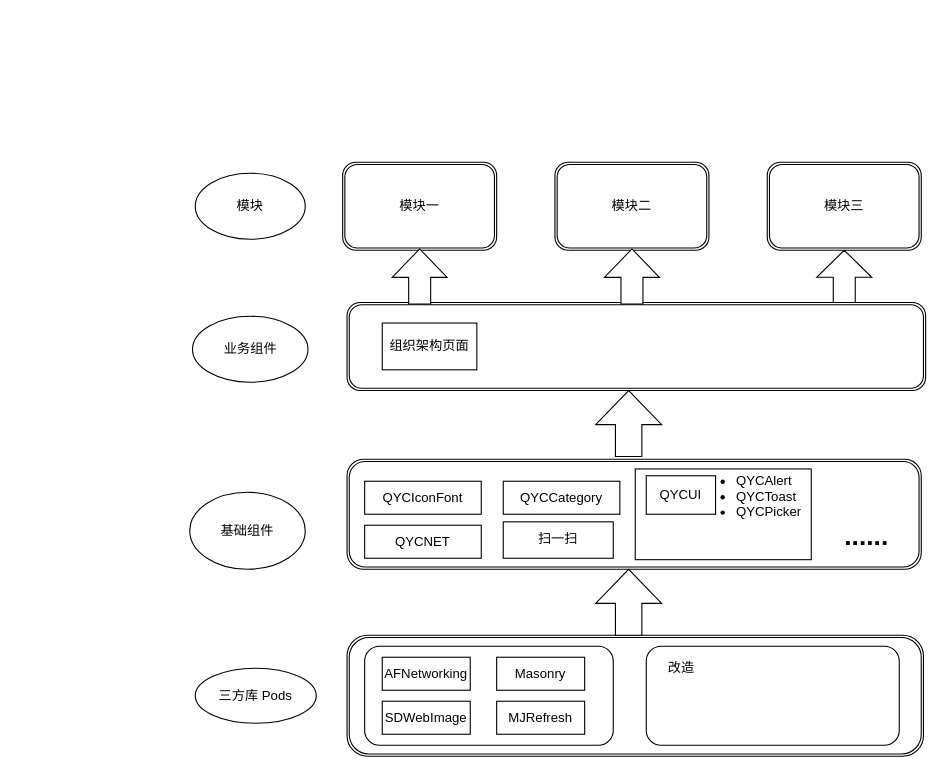
The draw.io diagram Untitled Diagram.drawio in EVAyo/XiOS, before the edit. Source tidied: cells renumbered, new cells numbered last; positions are measured from the earlier drawing's top-left corner, leaving out a move shared by most shapes. Both pictures are drawn from the tidied source at 110%, with x=0, y=0 at pixel (189, 162).
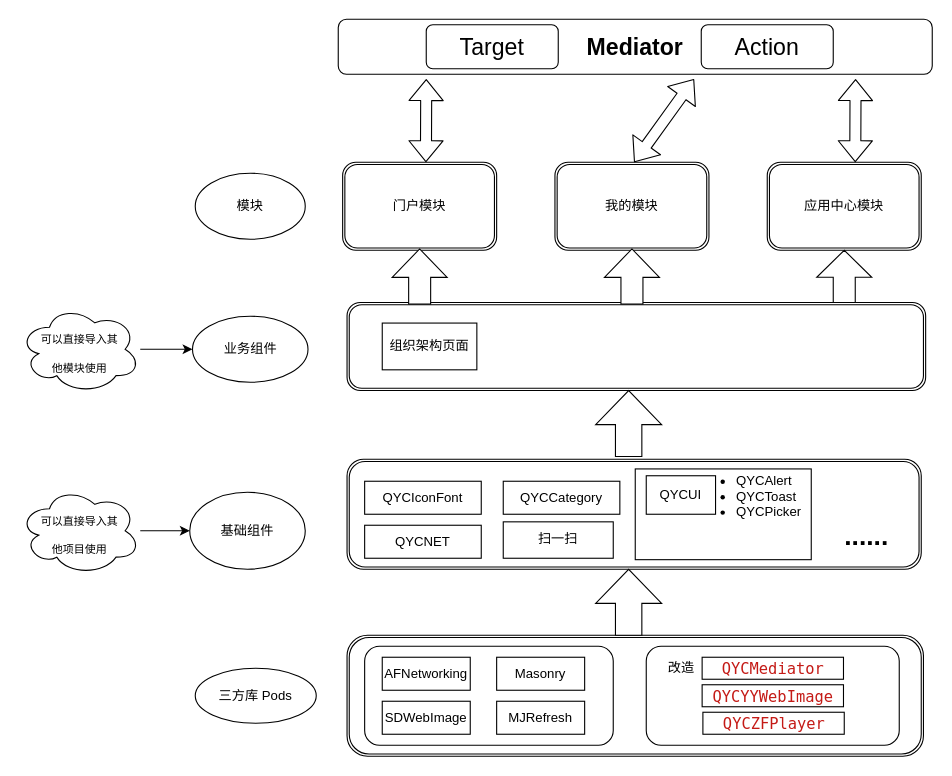
The same page after the edit.

The change refers to these unchanged cells:
```xml
<mxCell id="13" value="基础组件" style="ellipse;whiteSpace=wrap;html=1;" parent="1" vertex="1">
  <mxGeometry y="300" width="105" height="70" as="geometry" />
</mxCell>
<mxCell id="14" value="业务组件" style="ellipse;whiteSpace=wrap;html=1;" parent="1" vertex="1">
  <mxGeometry x="2.5" y="140" width="105" height="60" as="geometry" />
</mxCell>
```

What changed in the source:
```diff
@@
-    <mxCell id="6" value="模块一" style="shape=ext;double=1;rounded=1;whiteSpace=wrap;html=1;" parent="1" vertex="1">
+    <mxCell id="6" value="门户模块" style="shape=ext;double=1;rounded=1;whiteSpace=wrap;html=1;" parent="1" vertex="1">
       <mxGeometry x="139" width="140" height="80" as="geometry" />
     </mxCell>
@@
-    <mxCell id="15" value="&lt;span&gt;模块二&lt;/span&gt;" style="shape=ext;double=1;rounded=1;whiteSpace=wrap;html=1;" parent="1" vertex="1">
+    <mxCell id="15" value="&lt;span&gt;我的模块&lt;/span&gt;" style="shape=ext;double=1;rounded=1;whiteSpace=wrap;html=1;" parent="1" vertex="1">
       <mxGeometry x="332" width="140" height="80" as="geometry" />
     </mxCell>
-    <mxCell id="16" value="&lt;span&gt;模块三&lt;/span&gt;" style="shape=ext;double=1;rounded=1;whiteSpace=wrap;html=1;" parent="1" vertex="1">
+    <mxCell id="16" value="&lt;span&gt;应用中心模块&lt;/span&gt;" style="shape=ext;double=1;rounded=1;whiteSpace=wrap;html=1;" parent="1" vertex="1">
       <mxGeometry x="525" width="140" height="80" as="geometry" />
     </mxCell>
@@
+    <mxCell id="33" value="&lt;p class=&quot;p1&quot; style=&quot;margin: 0px ; font-stretch: normal ; font-size: 14px ; line-height: normal ; font-family: &amp;#34;menlo&amp;#34; ; color: rgb(196 , 26 , 22) ; background-color: rgb(255 , 255 , 255)&quot;&gt;QYCMediator&lt;/p&gt;" style="rounded=0;whiteSpace=wrap;html=1;" parent="1" vertex="1">
+      <mxGeometry x="465.8" y="450" width="128.5" height="20" as="geometry" />
+    </mxCell>
+    <mxCell id="34" value="&lt;p class=&quot;p1&quot; style=&quot;margin: 0px ; font-stretch: normal ; font-size: 14px ; line-height: normal ; font-family: &amp;#34;menlo&amp;#34; ; color: rgb(196 , 26 , 22) ; background-color: rgb(255 , 255 , 255)&quot;&gt;QYCYYWebImage&lt;/p&gt;" style="rounded=0;whiteSpace=wrap;html=1;" parent="1" vertex="1">
+      <mxGeometry x="465.8" y="475" width="128.5" height="20" as="geometry" />
+    </mxCell>
+    <mxCell id="35" value="&lt;p class=&quot;p1&quot; style=&quot;margin: 0px ; font-stretch: normal ; font-size: 14px ; line-height: normal ; font-family: &amp;#34;menlo&amp;#34; ; color: rgb(196 , 26 , 22) ; background-color: rgb(255 , 255 , 255)&quot;&gt;QYCZFPlayer&lt;/p&gt;" style="rounded=0;whiteSpace=wrap;html=1;" parent="1" vertex="1">
+      <mxGeometry x="466.5" y="500" width="128.5" height="20" as="geometry" />
+    </mxCell>
+    <mxCell id="36" value="Mediator" style="rounded=1;whiteSpace=wrap;html=1;align=center;fontStyle=1;fontSize=21;" parent="1" vertex="1">
+      <mxGeometry x="135" y="-130" width="540" height="50" as="geometry" />
+    </mxCell>
+    <mxCell id="37" style="shape=flexArrow;endArrow=classic;startArrow=classic;html=1;fontSize=21;entryX=0.599;entryY=1.088;entryDx=0;entryDy=0;entryPerimeter=0;" parent="1" edge="1" target="36">
+      <mxGeometry relative="1" as="geometry">
+        <mxPoint x="404" as="sourcePoint" />
+      </mxGeometry>
+    </mxCell>
+    <mxCell id="38" value="Target" style="rounded=1;whiteSpace=wrap;html=1;fontSize=21;align=center;" parent="1" vertex="1">
+      <mxGeometry x="215" y="-125" width="120" height="40" as="geometry" />
+    </mxCell>
+    <mxCell id="39" value="Action" style="rounded=1;whiteSpace=wrap;html=1;fontSize=21;align=center;" parent="1" vertex="1">
+      <mxGeometry x="465" y="-125" width="120" height="40" as="geometry" />
+    </mxCell>
+    <mxCell id="40" style="shape=flexArrow;endArrow=classic;startArrow=classic;html=1;fontSize=21;entryX=0.599;entryY=1.088;entryDx=0;entryDy=0;entryPerimeter=0;" parent="1" edge="1">
+      <mxGeometry relative="1" as="geometry">
+        <mxPoint x="214.7" as="sourcePoint" />
+        <mxPoint x="215" y="-75.6" as="targetPoint" />
+      </mxGeometry>
+    </mxCell>
+    <mxCell id="41" style="shape=flexArrow;endArrow=classic;startArrow=classic;html=1;fontSize=21;entryX=0.599;entryY=1.088;entryDx=0;entryDy=0;entryPerimeter=0;" parent="1" edge="1">
+      <mxGeometry relative="1" as="geometry">
+        <mxPoint x="605" as="sourcePoint" />
+        <mxPoint x="605.3" y="-75.6" as="targetPoint" />
+      </mxGeometry>
+    </mxCell>
+    <mxCell id="42" style="edgeStyle=orthogonalEdgeStyle;rounded=0;jettySize=auto;html=1;fontSize=21;" parent="1" edge="1" source="43" target="13">
+      <mxGeometry relative="1" as="geometry">
+        <Array as="points">
+          <mxPoint x="-25" y="335" />
+          <mxPoint x="-25" y="335" />
+        </Array>
+      </mxGeometry>
+    </mxCell>
+    <mxCell id="43" value="&lt;font size=&quot;1&quot;&gt;可以直接导入其&lt;br&gt;他项目使用&lt;br&gt;&lt;/font&gt;" style="ellipse;shape=cloud;whiteSpace=wrap;html=1;fontSize=21;align=center;" parent="1" vertex="1">
+      <mxGeometry x="-155" y="295" width="110" height="80" as="geometry" />
+    </mxCell>
+    <mxCell id="44" style="edgeStyle=orthogonalEdgeStyle;rounded=0;jettySize=auto;html=1;fontSize=21;" parent="1" edge="1" source="45" target="14">
+      <mxGeometry relative="1" as="geometry" />
+    </mxCell>
+    <mxCell id="45" value="&lt;font size=&quot;1&quot;&gt;可以直接导入其&lt;br&gt;他模块使用&lt;br&gt;&lt;/font&gt;" style="ellipse;shape=cloud;whiteSpace=wrap;html=1;fontSize=21;align=center;" parent="1" vertex="1">
+      <mxGeometry x="-155" y="130" width="110" height="80" as="geometry" />
+    </mxCell>
```
